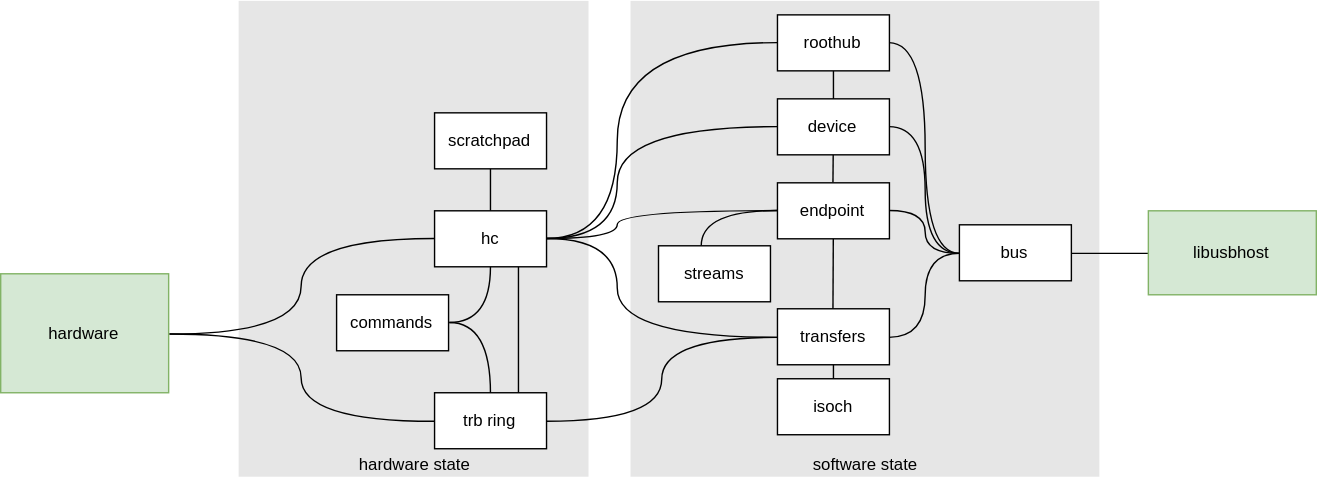
Before: img/xhci-architecture.svg, a diagram exported from draw.io (helenos-xhci-team/docs). Source tidied: cells renumbered, new cells last; positions are measured from the earlier drawing's top-left corner, leaving out a move shared by most shapes.
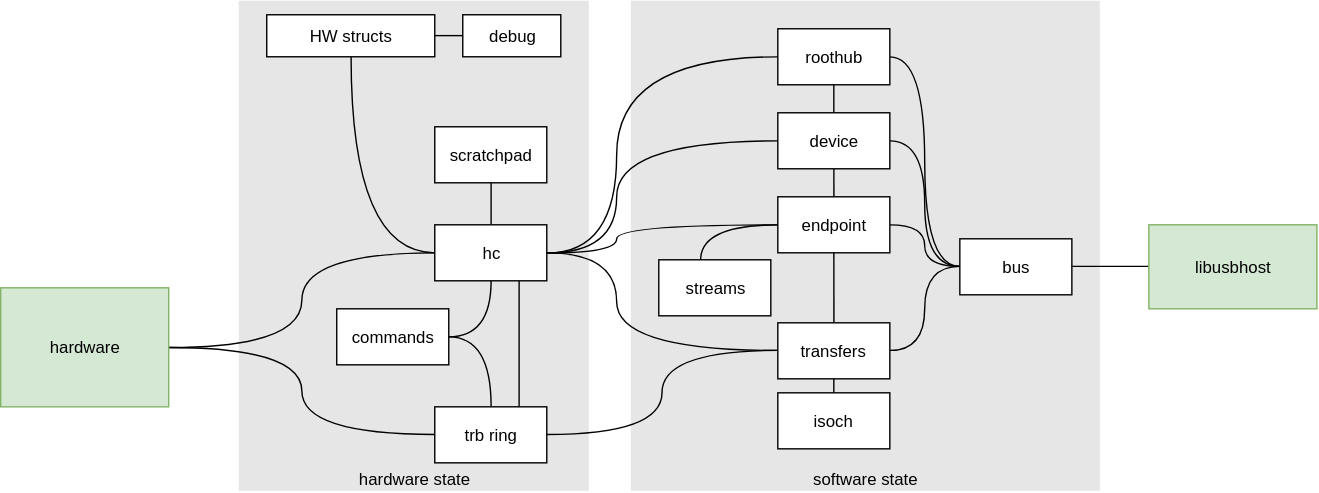
The same file after the commit.

Commit message:
02: Structure breakdown

What changed in the source:
```diff
@@ -3,10 +3,10 @@
     <mxCell id="0" />
     <mxCell id="1" parent="0" />
     <mxCell id="2" value="software state" style="rounded=0;whiteSpace=wrap;html=1;fontSize=12;verticalAlign=bottom;fillColor=#E6E6E6;strokeColor=none;" parent="1" vertex="1">
-      <mxGeometry x="450" width="335" height="340" as="geometry" />
+      <mxGeometry x="450" y="-10" width="335" height="350" as="geometry" />
     </mxCell>
     <mxCell id="3" value="hardware state" style="rounded=0;whiteSpace=wrap;html=1;fontSize=12;verticalAlign=bottom;fillColor=#E6E6E6;strokeColor=none;" parent="1" vertex="1">
-      <mxGeometry x="170" width="250" height="340" as="geometry" />
+      <mxGeometry x="170" y="-10" width="250" height="350" as="geometry" />
     </mxCell>
     <mxCell id="4" style="edgeStyle=orthogonalEdgeStyle;rounded=0;html=1;labelBackgroundColor=none;startFill=0;endArrow=none;endFill=0;jettySize=auto;strokeWidth=1;fontSize=12;align=left;curved=1;" parent="1" edge="1" source="8" target="28">
       <mxGeometry relative="1" as="geometry">
@@ -30,6 +30,9 @@
         </Array>
       </mxGeometry>
     </mxCell>
+    <mxCell id="38" style="edgeStyle=orthogonalEdgeStyle;curved=1;rounded=0;html=1;exitX=0;exitY=0.5;entryX=0.5;entryY=1;labelBackgroundColor=none;startFill=0;endArrow=none;endFill=0;jettySize=auto;strokeWidth=1;fontSize=12;align=left;" parent="1" edge="1" source="8" target="41">
+      <mxGeometry relative="1" as="geometry" />
+    </mxCell>
     <mxCell id="8" value="hc" style="rounded=0;whiteSpace=wrap;html=1;fillColor=#ffffff;strokeColor=#000000;" parent="1" vertex="1">
       <mxGeometry x="310" y="150" width="80" height="40" as="geometry" />
     </mxCell>
@@ -149,5 +152,14 @@
     <mxCell id="37" value="hardware" style="rounded=0;whiteSpace=wrap;html=1;fillColor=#d5e8d4;fontSize=12;strokeColor=#82b366;" parent="1" vertex="1">
       <mxGeometry y="195" width="120" height="85" as="geometry" />
     </mxCell>
+    <mxCell id="39" value="debug" style="rounded=0;whiteSpace=wrap;html=1;fillColor=#ffffff;fontSize=12;strokeColor=#000000;" parent="1" vertex="1">
+      <mxGeometry x="330" width="70" height="30" as="geometry" />
+    </mxCell>
+    <mxCell id="40" style="edgeStyle=orthogonalEdgeStyle;curved=1;rounded=0;html=1;exitX=1;exitY=0.5;entryX=0;entryY=0.5;labelBackgroundColor=none;startFill=0;endArrow=none;endFill=0;jettySize=auto;strokeWidth=1;fontSize=12;align=left;" parent="1" edge="1" source="41" target="39">
+      <mxGeometry relative="1" as="geometry" />
+    </mxCell>
+    <mxCell id="41" value="HW structs" style="rounded=0;whiteSpace=wrap;html=1;fillColor=#ffffff;fontSize=12;strokeColor=#000000;" parent="1" vertex="1">
+      <mxGeometry x="190" width="120" height="30" as="geometry" />
+    </mxCell>
   </root>
 </mxGraphModel>
```
